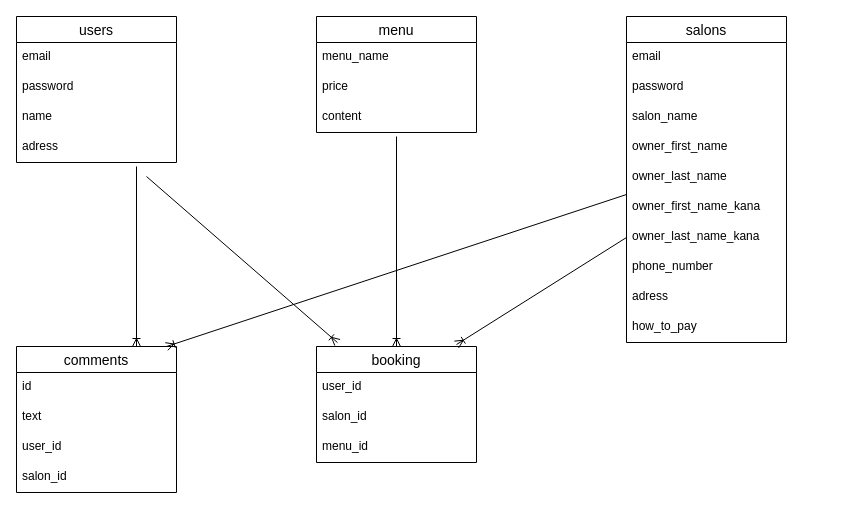
This is er.dio from ryo-yamane/trico, a draw.io file, before an edit. Source tidied: cells renumbered, new cells numbered last; positions are measured from the earlier drawing's top-left corner, leaving out a move shared by most shapes. Both pictures are drawn from the tidied source at 100%, with x=0, y=0 at pixel (16, 16).
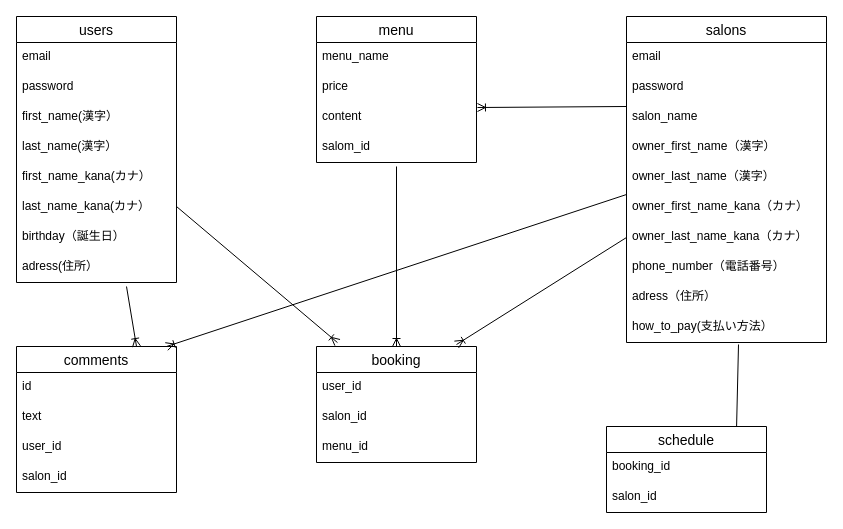
After the change.

Unchanged cells that the change refers to:
```xml
<mxCell id="22" value="booking" style="swimlane;fontStyle=0;horizontal=1;startSize=26;align=center;fontSize=14;" parent="1" vertex="1">
  <mxGeometry x="300" y="330" width="160" height="116" as="geometry" />
</mxCell>
<mxCell id="26" value="comments" style="swimlane;fontStyle=0;horizontal=1;startSize=26;align=center;fontSize=14;" parent="1" vertex="1">
  <mxGeometry y="330" width="160" height="146" as="geometry" />
</mxCell>
```

What changed in the source:
```diff
@@
     <mxCell id="2" value="users" style="swimlane;fontStyle=0;horizontal=1;startSize=26;align=center;fontSize=14;" parent="1" vertex="1">
-      <mxGeometry width="160" height="146" as="geometry" />
+      <mxGeometry width="160" height="266" as="geometry" />
     </mxCell>
@@
-    <mxCell id="5" value="name" style="text;strokeColor=none;fillColor=none;spacingLeft=4;spacingRight=4;overflow=hidden;fontSize=12;" parent="2" vertex="1">
+    <mxCell id="5" value="first_name(漢字）" style="text;strokeColor=none;fillColor=none;spacingLeft=4;spacingRight=4;overflow=hidden;fontSize=12;" parent="2" vertex="1">
       <mxGeometry y="86" width="160" height="30" as="geometry" />
     </mxCell>
+    <mxCell id="36" value="last_name(漢字）" style="text;strokeColor=none;fillColor=none;spacingLeft=4;spacingRight=4;overflow=hidden;fontSize=12;" parent="2" vertex="1">
+      <mxGeometry y="116" width="160" height="30" as="geometry" />
+    </mxCell>
+    <mxCell id="37" value="first_name_kana(カナ）" style="text;strokeColor=none;fillColor=none;spacingLeft=4;spacingRight=4;overflow=hidden;fontSize=12;" parent="2" vertex="1">
+      <mxGeometry y="146" width="160" height="30" as="geometry" />
+    </mxCell>
+    <mxCell id="38" value="last_name_kana(カナ）" style="text;strokeColor=none;fillColor=none;spacingLeft=4;spacingRight=4;overflow=hidden;fontSize=12;" parent="2" vertex="1">
+      <mxGeometry y="176" width="160" height="30" as="geometry" />
+    </mxCell>
-    <mxCell id="6" value="adress" style="text;strokeColor=none;fillColor=none;spacingLeft=4;spacingRight=4;overflow=hidden;fontSize=12;" parent="2" vertex="1">
-      <mxGeometry y="116" width="160" height="30" as="geometry" />
+    <mxCell id="6" value="birthday（誕生日）" style="text;strokeColor=none;fillColor=none;spacingLeft=4;spacingRight=4;overflow=hidden;fontSize=12;" parent="2" vertex="1">
+      <mxGeometry y="206" width="160" height="30" as="geometry" />
     </mxCell>
+    <mxCell id="39" value="adress(住所）" style="text;strokeColor=none;fillColor=none;spacingLeft=4;spacingRight=4;overflow=hidden;fontSize=12;" parent="2" vertex="1">
+      <mxGeometry y="236" width="160" height="30" as="geometry" />
+    </mxCell>
     <mxCell id="7" value="salons" style="swimlane;fontStyle=0;horizontal=1;startSize=26;align=center;fontSize=14;" parent="1" vertex="1">
-      <mxGeometry x="610" width="160" height="326" as="geometry" />
+      <mxGeometry x="610" width="200" height="326" as="geometry" />
     </mxCell>
     <mxCell id="8" value="email" style="text;strokeColor=none;fillColor=none;spacingLeft=4;spacingRight=4;overflow=hidden;fontSize=12;" parent="7" vertex="1">
-      <mxGeometry y="26" width="160" height="30" as="geometry" />
+      <mxGeometry y="26" width="200" height="30" as="geometry" />
     </mxCell>
     <mxCell id="9" value="password" style="text;strokeColor=none;fillColor=none;spacingLeft=4;spacingRight=4;overflow=hidden;fontSize=12;" parent="7" vertex="1">
-      <mxGeometry y="56" width="160" height="30" as="geometry" />
+      <mxGeometry y="56" width="200" height="30" as="geometry" />
     </mxCell>
     <mxCell id="10" value="salon_name" style="text;strokeColor=none;fillColor=none;spacingLeft=4;spacingRight=4;overflow=hidden;fontSize=12;" parent="7" vertex="1">
-      <mxGeometry y="86" width="160" height="30" as="geometry" />
+      <mxGeometry y="86" width="200" height="30" as="geometry" />
     </mxCell>
-    <mxCell id="11" value="owner_first_name&#10;" style="text;strokeColor=none;fillColor=none;spacingLeft=4;spacingRight=4;overflow=hidden;fontSize=12;" parent="7" vertex="1">
-      <mxGeometry y="116" width="160" height="30" as="geometry" />
+    <mxCell id="11" value="owner_first_name（漢字）&#10;" style="text;strokeColor=none;fillColor=none;spacingLeft=4;spacingRight=4;overflow=hidden;fontSize=12;" parent="7" vertex="1">
+      <mxGeometry y="116" width="200" height="30" as="geometry" />
     </mxCell>
-    <mxCell id="12" value="owner_last_name&#10;" style="text;strokeColor=none;fillColor=none;spacingLeft=4;spacingRight=4;overflow=hidden;fontSize=12;" parent="7" vertex="1">
-      <mxGeometry y="146" width="160" height="30" as="geometry" />
+    <mxCell id="12" value="owner_last_name（漢字）" style="text;strokeColor=none;fillColor=none;spacingLeft=4;spacingRight=4;overflow=hidden;fontSize=12;" parent="7" vertex="1">
+      <mxGeometry y="146" width="200" height="30" as="geometry" />
     </mxCell>
-    <mxCell id="13" value="owner_first_name_kana" style="text;strokeColor=none;fillColor=none;spacingLeft=4;spacingRight=4;overflow=hidden;points=[[0,0.5],[1,0.5]];portConstraint=eastwest;fontSize=12;" parent="7" vertex="1">
-      <mxGeometry y="176" width="160" height="30" as="geometry" />
+    <mxCell id="13" value="owner_first_name_kana（カナ）" style="text;strokeColor=none;fillColor=none;spacingLeft=4;spacingRight=4;overflow=hidden;points=[[0,0.5],[1,0.5]];portConstraint=eastwest;fontSize=12;" parent="7" vertex="1">
+      <mxGeometry y="176" width="200" height="30" as="geometry" />
     </mxCell>
-    <mxCell id="14" value="owner_last_name_kana" style="text;strokeColor=none;fillColor=none;spacingLeft=4;spacingRight=4;overflow=hidden;points=[[0,0.5],[1,0.5]];portConstraint=eastwest;fontSize=12;" parent="7" vertex="1">
-      <mxGeometry y="206" width="160" height="30" as="geometry" />
+    <mxCell id="14" value="owner_last_name_kana（カナ）" style="text;strokeColor=none;fillColor=none;spacingLeft=4;spacingRight=4;overflow=hidden;points=[[0,0.5],[1,0.5]];portConstraint=eastwest;fontSize=12;" parent="7" vertex="1">
+      <mxGeometry y="206" width="200" height="30" as="geometry" />
     </mxCell>
-    <mxCell id="15" value="phone_number" style="text;strokeColor=none;fillColor=none;spacingLeft=4;spacingRight=4;overflow=hidden;fontSize=12;" parent="7" vertex="1">
-      <mxGeometry y="236" width="160" height="30" as="geometry" />
+    <mxCell id="15" value="phone_number（電話番号）" style="text;strokeColor=none;fillColor=none;spacingLeft=4;spacingRight=4;overflow=hidden;fontSize=12;" parent="7" vertex="1">
+      <mxGeometry y="236" width="200" height="30" as="geometry" />
     </mxCell>
-    <mxCell id="16" value="adress" style="text;strokeColor=none;fillColor=none;spacingLeft=4;spacingRight=4;overflow=hidden;fontSize=12;" parent="7" vertex="1">
-      <mxGeometry y="266" width="160" height="30" as="geometry" />
+    <mxCell id="16" value="adress（住所）" style="text;strokeColor=none;fillColor=none;spacingLeft=4;spacingRight=4;overflow=hidden;fontSize=12;" parent="7" vertex="1">
+      <mxGeometry y="266" width="200" height="30" as="geometry" />
     </mxCell>
-    <mxCell id="17" value="how_to_pay&#10;" style="text;strokeColor=none;fillColor=none;spacingLeft=4;spacingRight=4;overflow=hidden;points=[[0,0.5],[1,0.5]];portConstraint=eastwest;fontSize=12;" parent="7" vertex="1">
-      <mxGeometry y="296" width="160" height="30" as="geometry" />
+    <mxCell id="17" value="how_to_pay(支払い方法）" style="text;strokeColor=none;fillColor=none;spacingLeft=4;spacingRight=4;overflow=hidden;points=[[0,0.5],[1,0.5]];portConstraint=eastwest;fontSize=12;" parent="7" vertex="1">
+      <mxGeometry y="296" width="200" height="30" as="geometry" />
     </mxCell>
     <mxCell id="18" value="menu" style="swimlane;fontStyle=0;horizontal=1;startSize=26;align=center;fontSize=14;" parent="1" vertex="1">
-      <mxGeometry x="300" width="160" height="116" as="geometry" />
+      <mxGeometry x="300" width="160" height="146" as="geometry" />
     </mxCell>
@@
+    <mxCell id="40" value="content" style="text;strokeColor=none;fillColor=none;spacingLeft=4;spacingRight=4;overflow=hidden;points=[[0,0.5],[1,0.5]];portConstraint=eastwest;fontSize=12;" parent="18" vertex="1">
+      <mxGeometry y="86" width="160" height="30" as="geometry" />
+    </mxCell>
-    <mxCell id="21" value="content" style="text;strokeColor=none;fillColor=none;spacingLeft=4;spacingRight=4;overflow=hidden;points=[[0,0.5],[1,0.5]];portConstraint=eastwest;fontSize=12;" parent="18" vertex="1">
-      <mxGeometry y="86" width="160" height="30" as="geometry" />
+    <mxCell id="21" value="salom_id" style="text;strokeColor=none;fillColor=none;spacingLeft=4;spacingRight=4;overflow=hidden;points=[[0,0.5],[1,0.5]];portConstraint=eastwest;fontSize=12;" parent="18" vertex="1">
+      <mxGeometry y="116" width="160" height="30" as="geometry" />
     </mxCell>
@@
     <mxCell id="31" style="endArrow=ERoneToMany;html=1;rounded=0;entryX=0.75;entryY=0;entryDx=0;entryDy=0;endFill=0;" parent="1" edge="1" target="26">
       <mxGeometry relative="1" as="geometry">
-        <mxPoint x="120" y="150" as="sourcePoint" />
+        <mxPoint x="110" y="270" as="sourcePoint" />
       </mxGeometry>
     </mxCell>
@@
     <mxCell id="33" style="endArrow=ERoneToMany;html=1;rounded=0;entryX=0.131;entryY=-0.034;entryDx=0;entryDy=0;endFill=0;entryPerimeter=0;" parent="1" edge="1" target="22">
       <mxGeometry relative="1" as="geometry">
-        <mxPoint x="130" y="160" as="sourcePoint" />
+        <mxPoint x="160" y="190" as="sourcePoint" />
       </mxGeometry>
     </mxCell>
@@
+    <mxCell id="41" value="schedule" style="swimlane;fontStyle=0;horizontal=1;startSize=26;align=center;fontSize=14;" parent="1" vertex="1">
+      <mxGeometry x="590" y="410" width="160" height="86" as="geometry" />
+    </mxCell>
+    <mxCell id="42" value="booking_id&#10;" style="text;strokeColor=none;fillColor=none;spacingLeft=4;spacingRight=4;overflow=hidden;fontSize=12;" parent="41" vertex="1">
+      <mxGeometry y="26" width="160" height="30" as="geometry" />
+    </mxCell>
+    <mxCell id="43" value="salon_id" style="text;strokeColor=none;fillColor=none;spacingLeft=4;spacingRight=4;overflow=hidden;fontSize=12;" parent="41" vertex="1">
+      <mxGeometry y="56" width="160" height="30" as="geometry" />
+    </mxCell>
+    <mxCell id="44" style="endArrow=ERoneToMany;html=1;rounded=0;entryX=1.006;entryY=0.167;entryDx=0;entryDy=0;endFill=0;entryPerimeter=0;exitX=0;exitY=0.5;exitDx=0;exitDy=0;" parent="1" edge="1" target="40">
+      <mxGeometry relative="1" as="geometry">
+        <mxPoint x="610" y="90" as="sourcePoint" />
+      </mxGeometry>
+    </mxCell>
+    <mxCell id="45" style="endArrow=none;html=1;rounded=0;exitX=0.56;exitY=1.067;exitDx=0;exitDy=0;exitPerimeter=0;entryX=0.813;entryY=0;entryDx=0;entryDy=0;entryPerimeter=0;" parent="1" edge="1" source="17" target="41">
+      <mxGeometry relative="1" as="geometry" />
+    </mxCell>
```
